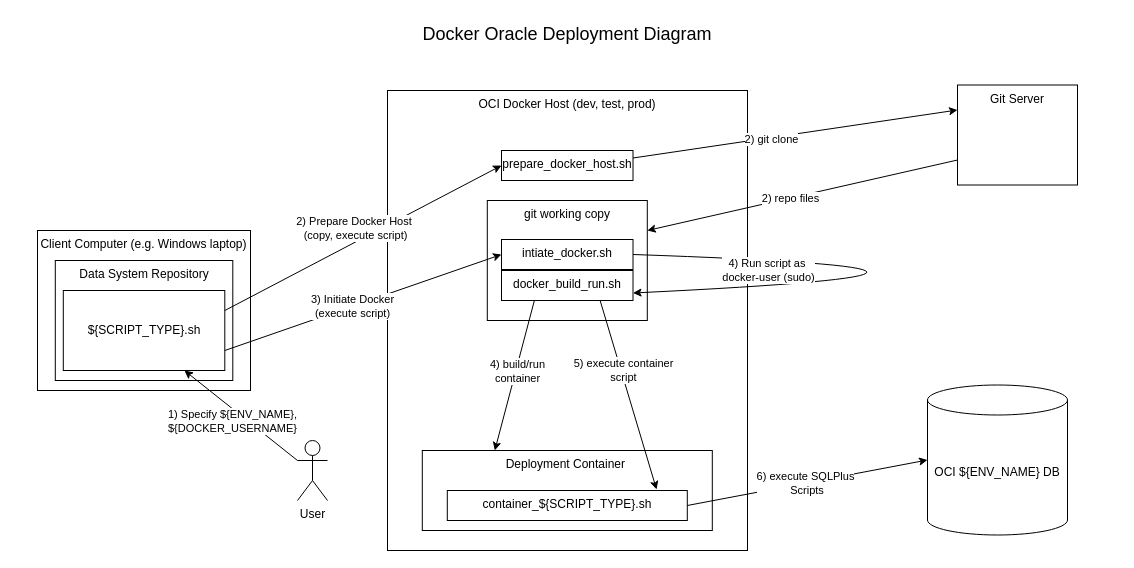
Above: diagrams/docker_oracle_deployment_diagram.drawio in noaa-pifsc/pifsc-oracle-docker-deployments (draw.io), before the change. Source tidied: cells renumbered, new cells numbered last; positions are measured from the earlier drawing's top-left corner, leaving out a move shared by most shapes. Both pictures are drawn from the tidied source at 100%, with x=0, y=0 at pixel (17, 17).
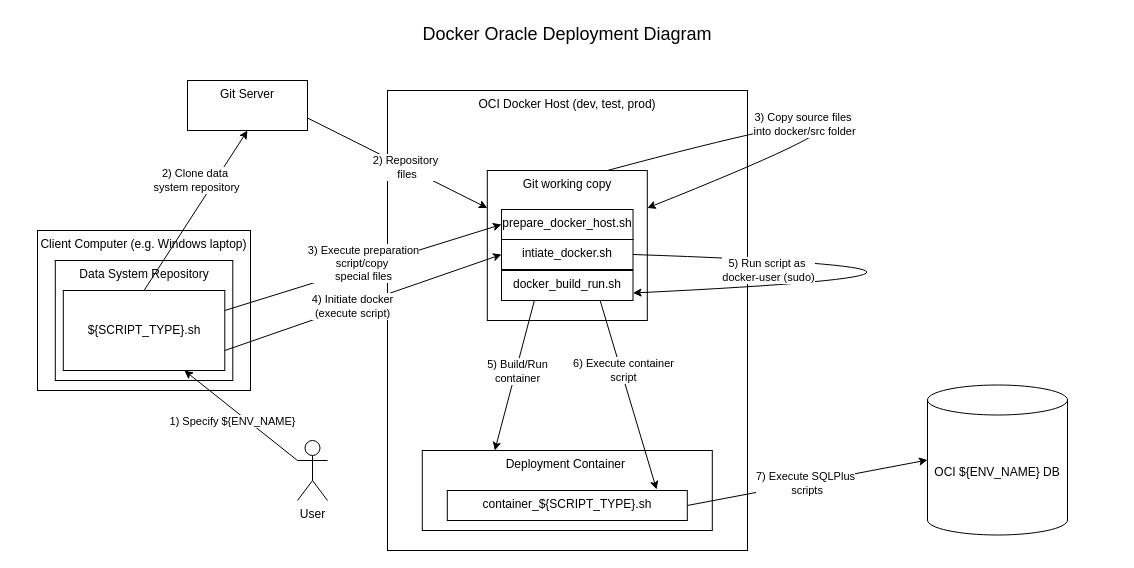
The same page after the edit.

The change refers to these unchanged cells:
```xml
<mxCell id="15" style="endArrow=classic;html=1;rounded=0;entryX=0;entryY=0.5;entryDx=0;entryDy=0;exitX=1;exitY=0.75;exitDx=0;exitDy=0;" parent="1" edge="1" source="5" target="17">
  <mxGeometry relative="1" as="geometry" />
</mxCell>
<mxCell id="19" style="endArrow=classic;html=1;rounded=0;exitX=1;exitY=0.5;exitDx=0;exitDy=0;curved=1;entryX=1;entryY=0.75;entryDx=0;entryDy=0;" parent="1" edge="1" source="17" target="18">
  <mxGeometry relative="1" as="geometry">
    <Array as="points">
      <mxPoint x="1080" y="253" />
    </Array>
  </mxGeometry>
</mxCell>
<mxCell id="22" style="endArrow=classic;html=1;rounded=0;exitX=0.25;exitY=1;exitDx=0;exitDy=0;entryX=0.25;entryY=0;entryDx=0;entryDy=0;" parent="1" edge="1" source="18" target="21">
  <mxGeometry relative="1" as="geometry" />
</mxCell>
<mxCell id="24" style="endArrow=classic;html=1;rounded=0;exitX=0.75;exitY=1;exitDx=0;exitDy=0;entryX=0.872;entryY=-0.033;entryDx=0;entryDy=0;entryPerimeter=0;" parent="1" edge="1" source="18" target="26">
  <mxGeometry relative="1" as="geometry" />
</mxCell>
<mxCell id="28" style="endArrow=classic;html=1;rounded=0;entryX=0;entryY=0.5;entryDx=0;entryDy=0;entryPerimeter=0;exitX=1;exitY=0.5;exitDx=0;exitDy=0;" parent="1" edge="1" source="26" target="27">
  <mxGeometry relative="1" as="geometry" />
</mxCell>
<mxCell id="32" style="endArrow=classic;html=1;rounded=0;exitX=0;exitY=0.3333333333333333;exitDx=0;exitDy=0;exitPerimeter=0;entryX=0.75;entryY=1;entryDx=0;entryDy=0;" parent="1" edge="1" source="31" target="5">
  <mxGeometry relative="1" as="geometry" />
</mxCell>
```

The edit, as a diff of the source:
```diff
@@
-    <mxCell id="5" value="${SCRIPT_TYPE}.sh" style="rounded=0;whiteSpace=wrap;html=1;" parent="1" vertex="1">
-      <mxGeometry x="45.8" y="273" width="161.5" height="80" as="geometry" />
-    </mxCell>
-    <mxCell id="6" value="&lt;div&gt;&lt;span style=&quot;background-color: transparent; color: light-dark(rgb(0, 0, 0), rgb(255, 255, 255));&quot;&gt;prepare_docker_host.sh&lt;/span&gt;&lt;/div&gt;" style="rounded=0;whiteSpace=wrap;html=1;verticalAlign=top;" parent="1" vertex="1">
-      <mxGeometry x="484" y="133" width="131.5" height="30" as="geometry" />
-    </mxCell>
-    <mxCell id="7" style="endArrow=classic;html=1;rounded=0;entryX=0;entryY=0.5;entryDx=0;entryDy=0;exitX=1;exitY=0.25;exitDx=0;exitDy=0;" parent="1" edge="1" source="5" target="6">
+    <mxCell id="7" style="endArrow=classic;html=1;rounded=0;entryX=0.5;entryY=1;entryDx=0;entryDy=0;exitX=0.5;exitY=0;exitDx=0;exitDy=0;" parent="1" edge="1" source="5" target="9">
       <mxGeometry relative="1" as="geometry" />
     </mxCell>
-    <mxCell id="8" value="2) Prepare Docker Host&amp;nbsp;&lt;br&gt;(copy, execute script)" style="edgeLabel;html=1;align=center;verticalAlign=middle;" parent="7" vertex="1">
+    <mxCell id="8" value="2) Clone data&amp;nbsp;&lt;div&gt;system repository&lt;/div&gt;" style="edgeLabel;html=1;align=center;verticalAlign=middle;" parent="7" vertex="1">
       <mxGeometry x="-0.05" y="1" relative="1" as="geometry">
-        <mxPoint y="-13" as="offset" />
+        <mxPoint x="3" y="-34" as="offset" />
       </mxGeometry>
     </mxCell>
+    <mxCell id="5" value="${SCRIPT_TYPE}.sh" style="rounded=0;whiteSpace=wrap;html=1;" parent="1" vertex="1">
+      <mxGeometry x="45.8" y="273" width="161.5" height="80" as="geometry" />
+    </mxCell>
     <mxCell id="9" value="Git Server" style="rounded=0;whiteSpace=wrap;html=1;verticalAlign=top;" parent="1" vertex="1">
-      <mxGeometry x="940" y="67.5" width="120" height="100" as="geometry" />
+      <mxGeometry x="170" y="63" width="120" height="50" as="geometry" />
     </mxCell>
-    <mxCell id="10" style="endArrow=none;startArrow=classic;html=1;rounded=0;entryX=0;entryY=0.75;entryDx=0;entryDy=0;exitX=1;exitY=0.25;exitDx=0;exitDy=0;endFill=0;" parent="1" edge="1" source="12" target="9">
+    <mxCell id="10" style="endArrow=none;startArrow=classic;html=1;rounded=0;entryX=1;entryY=0.75;entryDx=0;entryDy=0;exitX=0;exitY=0.25;exitDx=0;exitDy=0;endFill=0;" parent="1" edge="1" source="12" target="9">
       <mxGeometry relative="1" as="geometry" />
     </mxCell>
-    <mxCell id="11" value="2) repo files" style="edgeLabel;html=1;align=center;verticalAlign=middle;" parent="10" vertex="1">
+    <mxCell id="11" value="2) Repository&lt;div&gt;&amp;nbsp;files&lt;/div&gt;" style="edgeLabel;html=1;align=center;verticalAlign=middle;" parent="10" vertex="1">
       <mxGeometry x="-0.08" relative="1" as="geometry" />
     </mxCell>
-    <mxCell id="12" value="&lt;div&gt;&lt;span style=&quot;background-color: transparent; color: light-dark(rgb(0, 0, 0), rgb(255, 255, 255));&quot;&gt;git working copy&lt;/span&gt;&lt;/div&gt;" style="rounded=0;whiteSpace=wrap;html=1;verticalAlign=top;" parent="1" vertex="1">
-      <mxGeometry x="469.8" y="183" width="160" height="120" as="geometry" />
+    <mxCell id="12" value="&lt;div&gt;&lt;span style=&quot;background-color: transparent; color: light-dark(rgb(0, 0, 0), rgb(255, 255, 255));&quot;&gt;Git working copy&lt;/span&gt;&lt;/div&gt;" style="rounded=0;whiteSpace=wrap;html=1;verticalAlign=top;" parent="1" vertex="1">
+      <mxGeometry x="469.8" y="153" width="160" height="150" as="geometry" />
     </mxCell>
-    <mxCell id="13" style="endArrow=classic;html=1;rounded=0;entryX=0;entryY=0.25;entryDx=0;entryDy=0;exitX=1;exitY=0.25;exitDx=0;exitDy=0;" parent="1" edge="1" source="6" target="9">
-      <mxGeometry relative="1" as="geometry" />
-    </mxCell>
-    <mxCell id="14" value="2) git clone" style="edgeLabel;html=1;align=center;verticalAlign=middle;" parent="13" vertex="1">
-      <mxGeometry x="-0.15" y="-1" relative="1" as="geometry" />
-    </mxCell>
+    <mxCell id="6" value="&lt;div&gt;&lt;span style=&quot;background-color: transparent; color: light-dark(rgb(0, 0, 0), rgb(255, 255, 255));&quot;&gt;prepare_docker_host.sh&lt;/span&gt;&lt;/div&gt;" style="rounded=0;whiteSpace=wrap;html=1;verticalAlign=top;" parent="1" vertex="1">
+      <mxGeometry x="484" y="192" width="131.5" height="30" as="geometry" />
+    </mxCell>
@@
-    <mxCell id="16" value="3) Initiate Docker&lt;div&gt;(execute script)&lt;/div&gt;" style="edgeLabel;html=1;align=center;verticalAlign=middle;" parent="15" vertex="1">
+    <mxCell id="16" value="4) Initiate docker&lt;div&gt;(execute script)&lt;/div&gt;" style="edgeLabel;html=1;align=center;verticalAlign=middle;" parent="15" vertex="1">
       <mxGeometry x="-0.08" relative="1" as="geometry" />
     </mxCell>
@@
-    <mxCell id="20" value="4) Run script as&amp;nbsp;&lt;div&gt;docker-user (sudo)&lt;/div&gt;" style="edgeLabel;html=1;align=center;verticalAlign=middle;" parent="19" vertex="1">
+    <mxCell id="20" value="5) Run script as&amp;nbsp;&lt;div&gt;docker-user (sudo)&lt;/div&gt;" style="edgeLabel;html=1;align=center;verticalAlign=middle;" parent="19" vertex="1">
       <mxGeometry x="-0.5" y="-8" relative="1" as="geometry">
         <mxPoint x="-97" as="offset" />
       </mxGeometry>
     </mxCell>
@@
-    <mxCell id="23" value="4)&amp;nbsp;build/run&lt;div&gt;container&lt;/div&gt;" style="edgeLabel;html=1;align=center;verticalAlign=middle;" parent="22" vertex="1">
+    <mxCell id="23" value="5) Build/Run&lt;div&gt;container&lt;/div&gt;" style="edgeLabel;html=1;align=center;verticalAlign=middle;" parent="22" vertex="1">
       <mxGeometry y="3" relative="1" as="geometry">
         <mxPoint y="-6" as="offset" />
       </mxGeometry>
     </mxCell>
@@
-    <mxCell id="25" value="5) execute container&lt;div&gt;&lt;span style=&quot;background-color: light-dark(#ffffff, var(--ge-dark-color, #121212)); color: light-dark(rgb(0, 0, 0), rgb(255, 255, 255));&quot;&gt;script&lt;/span&gt;&lt;/div&gt;" style="edgeLabel;html=1;align=center;verticalAlign=middle;" parent="24" vertex="1">
+    <mxCell id="25" value="6) Execute container&lt;div&gt;&lt;span style=&quot;background-color: light-dark(#ffffff, var(--ge-dark-color, #121212)); color: light-dark(rgb(0, 0, 0), rgb(255, 255, 255));&quot;&gt;script&lt;/span&gt;&lt;/div&gt;" style="edgeLabel;html=1;align=center;verticalAlign=middle;" parent="24" vertex="1">
       <mxGeometry x="-0.21" y="1" relative="1" as="geometry">
         <mxPoint y="-5" as="offset" />
       </mxGeometry>
     </mxCell>
@@
-    <mxCell id="29" value="6) execute SQLPlus&lt;div&gt;&amp;nbsp;Scripts&lt;/div&gt;" style="edgeLabel;html=1;align=center;verticalAlign=middle;" parent="28" vertex="1">
+    <mxCell id="29" value="7) Execute SQLPlus&lt;div&gt;&amp;nbsp;scripts&lt;/div&gt;" style="edgeLabel;html=1;align=center;verticalAlign=middle;" parent="28" vertex="1">
       <mxGeometry x="-0.02" relative="1" as="geometry" />
     </mxCell>
@@
-    <mxCell id="33" value="1) Specify ${ENV_NAME},&lt;div&gt;${DOCKER_USERNAME}&lt;/div&gt;" style="edgeLabel;html=1;align=center;verticalAlign=middle;" parent="32" vertex="1">
+    <mxCell id="33" value="1) Specify ${ENV_NAME}" style="edgeLabel;html=1;align=center;verticalAlign=middle;" parent="32" vertex="1">
       <mxGeometry x="-0.39" y="1" relative="1" as="geometry">
         <mxPoint x="-30" y="-13" as="offset" />
       </mxGeometry>
     </mxCell>
+    <mxCell id="34" style="endArrow=classic;html=1;rounded=0;exitX=1;exitY=0.25;exitDx=0;exitDy=0;entryX=0;entryY=0.5;entryDx=0;entryDy=0;" parent="1" edge="1" source="5" target="6">
+      <mxGeometry relative="1" as="geometry" />
+    </mxCell>
+    <mxCell id="35" value="3) Execute preparation&lt;div&gt;script/copy&amp;nbsp;&lt;/div&gt;&lt;div&gt;special files&lt;/div&gt;" style="edgeLabel;html=1;align=center;verticalAlign=middle;" parent="34" vertex="1">
+      <mxGeometry relative="1" as="geometry">
+        <mxPoint y="-4" as="offset" />
+      </mxGeometry>
+    </mxCell>
+    <mxCell id="36" style="endArrow=classic;html=1;rounded=0;exitX=0.75;exitY=0;exitDx=0;exitDy=0;entryX=1;entryY=0.25;entryDx=0;entryDy=0;edgeStyle=orthogonalEdgeStyle;curved=1;" parent="1" edge="1" source="12" target="12">
+      <mxGeometry relative="1" as="geometry">
+        <Array as="points">
+          <mxPoint x="1000" y="43" />
+        </Array>
+      </mxGeometry>
+    </mxCell>
+    <mxCell id="37" value="3) Copy source files&amp;nbsp;&lt;div&gt;into docker/src folder&lt;/div&gt;" style="edgeLabel;html=1;align=center;verticalAlign=middle;" parent="36" vertex="1">
+      <mxGeometry x="-0.51" y="-6" relative="1" as="geometry" />
+    </mxCell>
```
